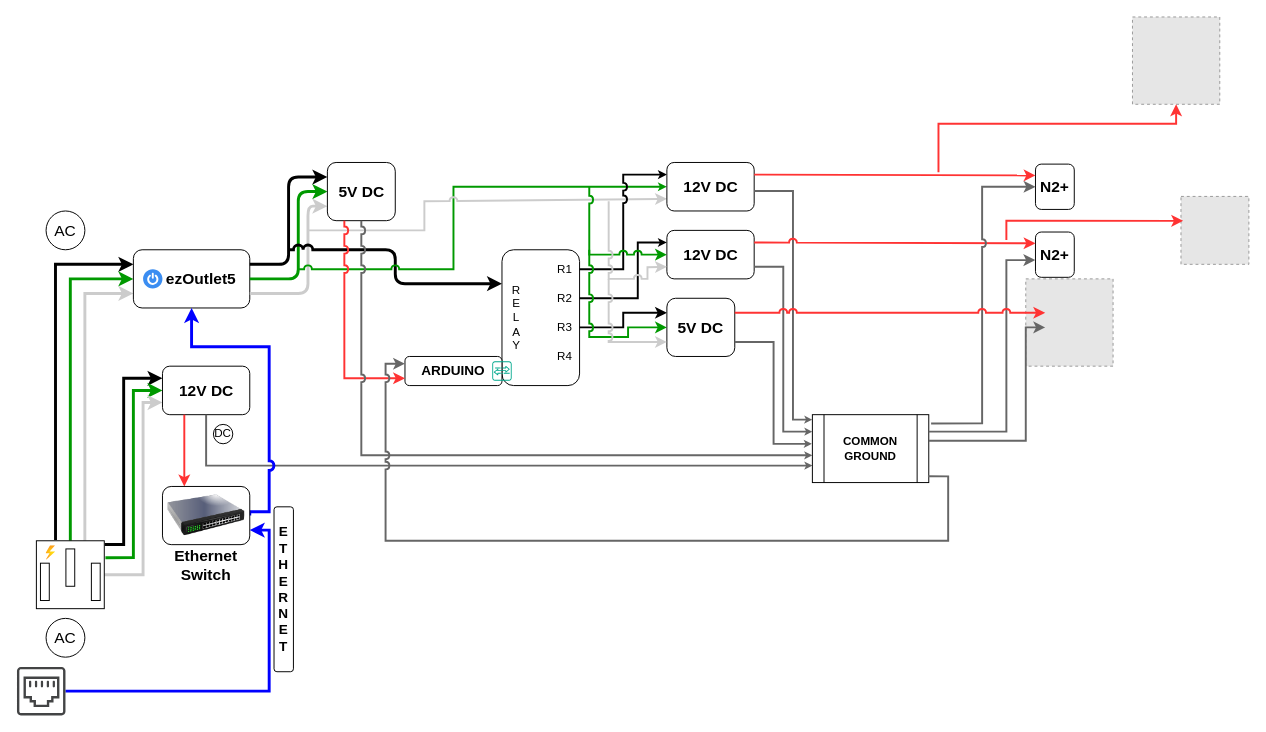
The draw.io diagram res/canopyPowerDiagram.drawio in mi3nts/canopy, before the edit. Source tidied: cells renumbered, new cells numbered last; positions are measured from the earlier drawing's top-left corner, leaving out a move shared by most shapes. Both pictures are drawn from the tidied source at 97%, with x=0, y=0 at pixel (16, 16). Pictures stored in the file or linked from it are replaced by grey dashed boxes.
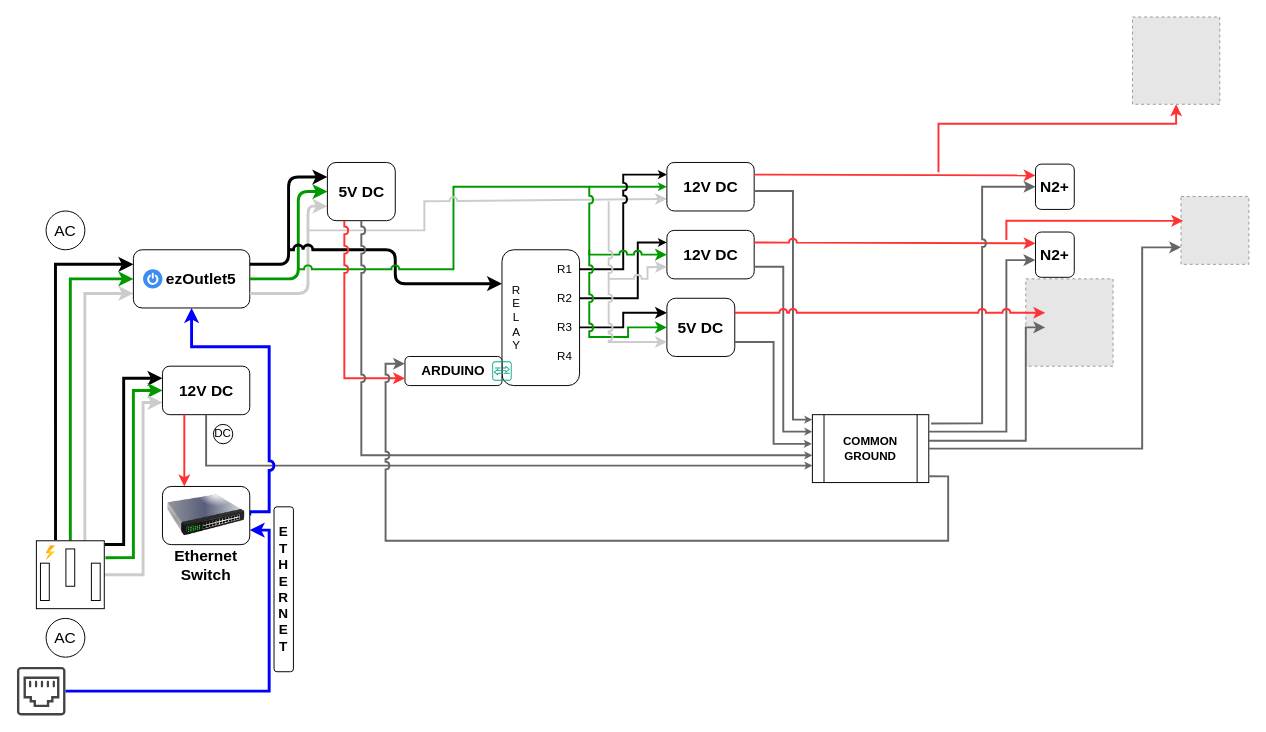
The same diagram, later.

Unchanged cells that the change refers to:
```xml
<mxCell id="86" style="shape=process;whiteSpace=wrap;html=1;backgroundOutline=1;" parent="85" vertex="1">
  <mxGeometry width="120" height="70" as="geometry" />
</mxCell>
<mxCell id="102" style="fillColor=#E6E6E6;strokeColor=#999999;dashed=1;verticalLabelPosition=bottom;verticalAlign=top;" parent="1" vertex="1">
  <mxGeometry x="1200" y="185" width="70" height="70" as="geometry" />
</mxCell>
```

Change to the diagram source:
```diff
@@
+    <mxCell id="104" style="edgeStyle=orthogonalEdgeStyle;rounded=0;jettySize=auto;html=1;exitX=1;exitY=0.5;exitDx=0;exitDy=0;entryX=0;entryY=0.75;entryDx=0;entryDy=0;strokeColor=#666666;strokeWidth=2;flowAnimation=1;jumpStyle=arc;" parent="1" edge="1" source="86" target="102">
+      <mxGeometry relative="1" as="geometry">
+        <Array as="points">
+          <mxPoint x="1160" y="445" />
+          <mxPoint x="1160" y="237" />
+        </Array>
+      </mxGeometry>
+    </mxCell>
```
